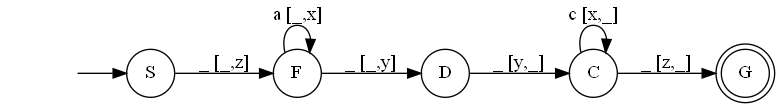
arjen0203/AutomataReader keeps this Graphviz diagram as Automate Picture/AutomataPicture.dot.png. Above is the earlier version. Its source is kept beside it as Automate Picture/AutomataPicture.dot.
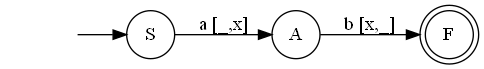
Later version of the same file.

Diff of the diagram source:
```diff
@@ -2,16 +2,10 @@
 rankdir=LR;
 "" [shape=none]
 "S" [shape=circle]
-"C" [shape=circle]
-"D" [shape=circle]
-"F" [shape=circle]
-"G" [shape=doublecircle]
+"A" [shape=circle]
+"F" [shape=doublecircle]
 
 "" -> "S"
-"S" -> "F" [label="_ [_,z]"]
-"C" -> "C" [label="c [x,_]"]
-"C" -> "G" [label="_ [z,_]"]
-"D" -> "C" [label="_ [y,_]"]
-"F" -> "F" [label="a [_,x]"]
-"F" -> "D" [label="_ [_,y]"]
+"S" -> "A" [label="a [_,x]"]
+"A" -> "F" [label="b [x,_]"]
 }
```
